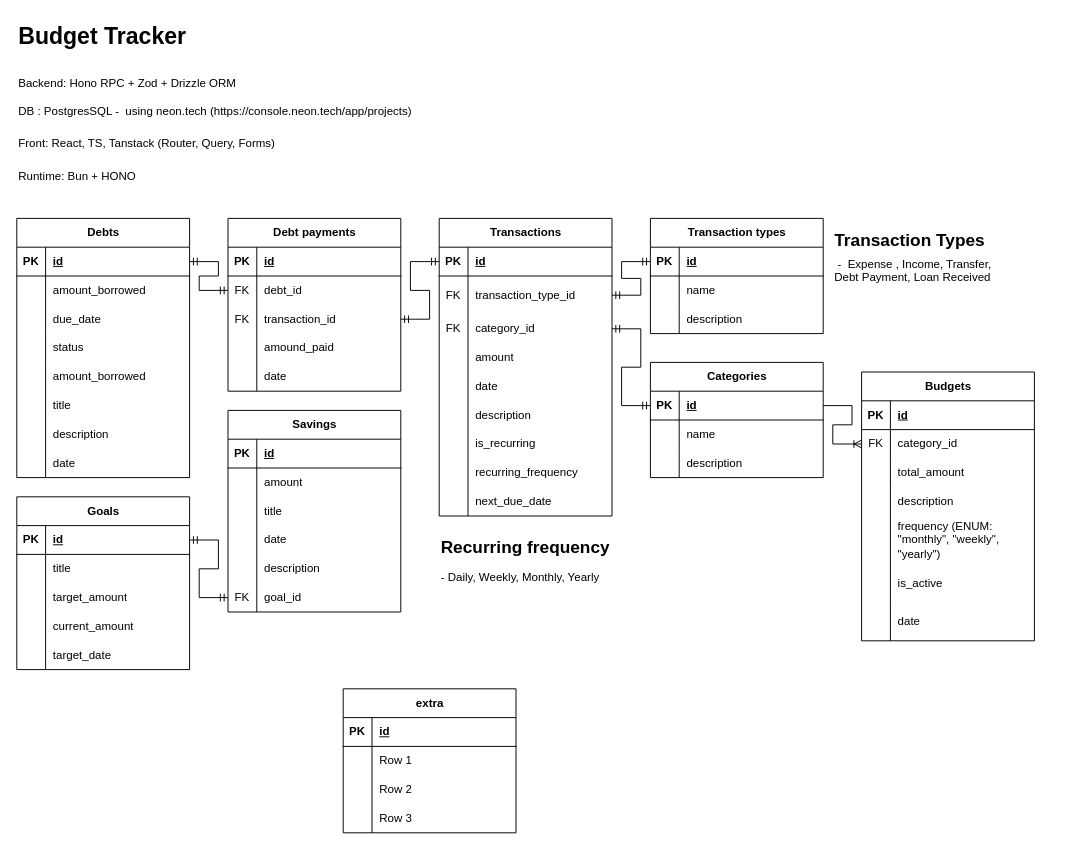
Above: _docs/ERD.drawio in quarterinchpwny/Fullstack-js (draw.io), before the change. Source tidied: cells renumbered, new cells numbered last; positions are measured from the earlier drawing's top-left corner, leaving out a move shared by most shapes. Both pictures are drawn from the tidied source at 96%, with x=0, y=0 at pixel (16, 16).
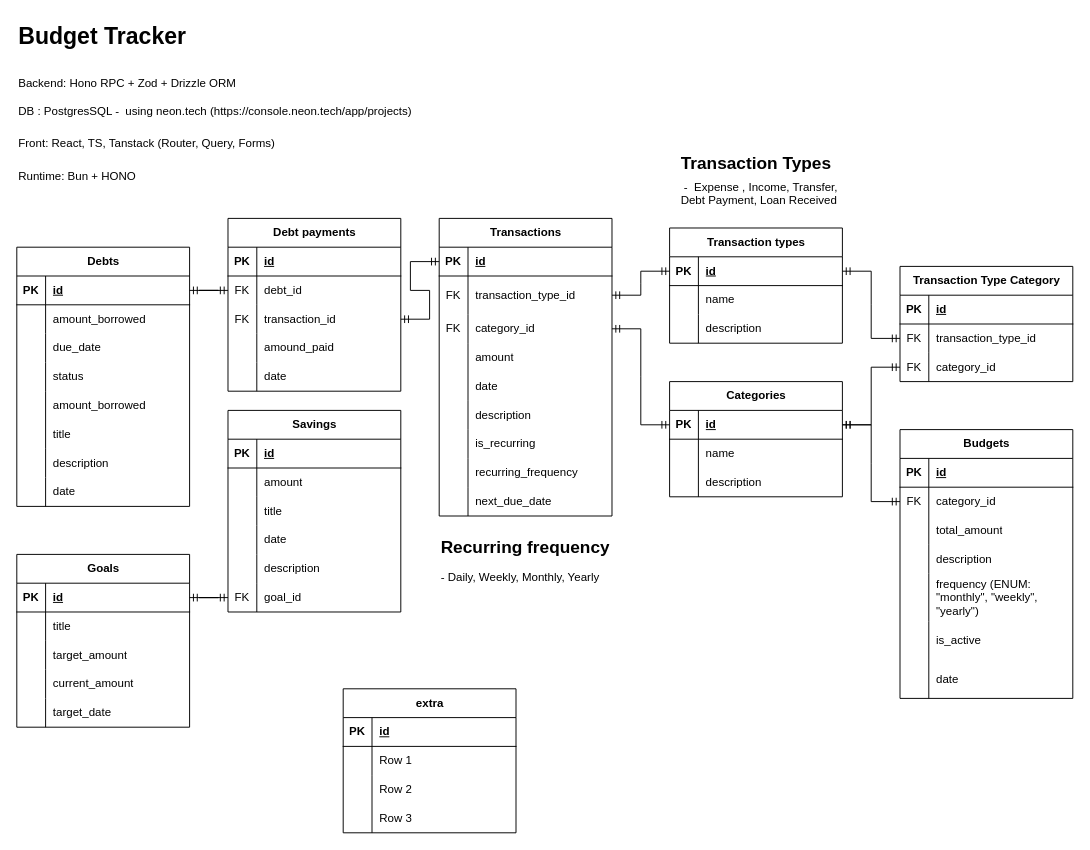
The same page after the edit.

Unchanged cells that the change refers to:
```xml
<mxCell id="34" style="shape=tableRow;horizontal=0;startSize=0;swimlaneHead=0;swimlaneBody=0;fillColor=none;points=[[0,0.5],[1,0.5]];portConstraint=eastwest;top=0;left=0;right=0;bottom=0;" parent="30" vertex="1">
  <mxGeometry y="60" width="180" height="30" as="geometry" />
</mxCell>
<mxCell id="66" style="shape=tableRow;horizontal=0;startSize=0;swimlaneHead=0;swimlaneBody=0;fillColor=none;points=[[0,0.5],[1,0.5]];portConstraint=eastwest;top=0;left=0;right=0;bottom=1;" parent="65" vertex="1">
  <mxGeometry y="30" width="180" height="30" as="geometry" />
</mxCell>
<mxCell id="136" style="shape=tableRow;horizontal=0;startSize=0;swimlaneHead=0;swimlaneBody=0;fillColor=none;points=[[0,0.5],[1,0.5]];portConstraint=eastwest;top=0;left=0;right=0;bottom=1;" parent="135" vertex="1">
  <mxGeometry y="30" width="180" height="30" as="geometry" />
</mxCell>
```

What changed in the source:
```diff
@@
     <mxCell id="30" value="Budgets" style="shape=table;startSize=30;childLayout=tableLayout;rowLines=0;fontStyle=1;align=center;html=1;" parent="1" vertex="1">
-      <mxGeometry x="880" y="370" width="180" height="280" as="geometry" />
+      <mxGeometry x="920" y="430" width="180" height="280" as="geometry" />
     </mxCell>
@@
     <mxCell id="65" value="Categories" style="shape=table;startSize=30;childLayout=tableLayout;rowLines=0;fontStyle=1;align=center;html=1;" parent="1" vertex="1">
-      <mxGeometry x="660" y="360" width="180" height="120" as="geometry" />
+      <mxGeometry x="680" y="380" width="180" height="120" as="geometry" />
     </mxCell>
@@
     <mxCell id="94" value="Goals" style="shape=table;startSize=30;childLayout=tableLayout;rowLines=0;fontStyle=1;align=center;html=1;" parent="1" vertex="1">
-      <mxGeometry y="500" width="180" height="180" as="geometry" />
+      <mxGeometry y="560" width="180" height="180" as="geometry" />
     </mxCell>
@@
     <mxCell id="110" value="Debts" style="shape=table;startSize=30;childLayout=tableLayout;rowLines=0;fontStyle=1;align=center;html=1;" parent="1" vertex="1">
-      <mxGeometry y="210" width="180" height="270" as="geometry" />
+      <mxGeometry y="240" width="180" height="270" as="geometry" />
     </mxCell>
@@
     <mxCell id="135" value="Transaction types" style="shape=table;startSize=30;childLayout=tableLayout;rowLines=0;fontStyle=1;align=center;html=1;" parent="1" vertex="1">
-      <mxGeometry x="660" y="210" width="180" height="120" as="geometry" />
+      <mxGeometry x="680" y="220" width="180" height="120" as="geometry" />
     </mxCell>
@@
-    <mxCell id="165" style="edgeStyle=entityRelationEdgeStyle;fontSize=12;html=1;endArrow=ERoneToMany;rounded=0;exitX=1;exitY=0.5;exitDx=0;exitDy=0;entryX=0;entryY=0.5;entryDx=0;entryDy=0;" parent="1" edge="1" source="66" target="34">
-      <mxGeometry relative="1" as="geometry" />
-    </mxCell>
     <mxCell id="166" value="&lt;h1 style=&quot;margin-top: 0px; margin-bottom: 0px;&quot;&gt;&lt;font style=&quot;font-size: 18px;&quot;&gt;Transaction Types&lt;/font&gt;&lt;/h1&gt;&lt;div style=&quot;margin-top: 5px;&quot;&gt;&lt;span style=&quot;background-color: transparent; color: light-dark(rgb(0, 0, 0), rgb(255, 255, 255));&quot;&gt;&amp;nbsp;-&amp;nbsp;&amp;nbsp;&lt;/span&gt;Expense , Income, Transfer, Debt Payment, Loan Received&lt;span style=&quot;background-color: transparent; color: light-dark(rgb(0, 0, 0), rgb(255, 255, 255));&quot;&gt;&amp;nbsp;&lt;/span&gt;&lt;/div&gt;" style="text;html=1;whiteSpace=wrap;overflow=hidden;rounded=0;" parent="1" vertex="1">
-      <mxGeometry x="850" y="210" width="180" height="120" as="geometry" />
+      <mxGeometry x="690" y="130" width="180" height="120" as="geometry" />
     </mxCell>
@@
+    <mxCell id="170" value="Transaction Type Category" style="shape=table;startSize=30;childLayout=tableLayout;rowLines=0;fontStyle=1;align=center;html=1;" parent="1" vertex="1">
+      <mxGeometry x="920" y="260" width="180" height="120" as="geometry" />
+    </mxCell>
+    <mxCell id="171" style="shape=tableRow;horizontal=0;startSize=0;swimlaneHead=0;swimlaneBody=0;fillColor=none;top=0;left=0;right=0;bottom=1;" parent="170" vertex="1">
+      <mxGeometry y="30" width="180" height="30" as="geometry" />
+    </mxCell>
+    <mxCell id="172" value="PK" style="shape=partialRectangle;fillColor=none;top=0;left=0;bottom=0;right=0;fontStyle=1;overflow=hidden;whiteSpace=wrap;html=1;" parent="171" vertex="1">
+      <mxGeometry width="30" height="30" as="geometry" />
+    </mxCell>
+    <mxCell id="173" value="id" style="shape=partialRectangle;fillColor=none;top=0;left=0;bottom=0;right=0;align=left;spacingLeft=6;fontStyle=5;overflow=hidden;whiteSpace=wrap;html=1;" parent="171" vertex="1">
+      <mxGeometry x="30" width="150" height="30" as="geometry" />
+    </mxCell>
+    <mxCell id="174" style="shape=tableRow;horizontal=0;startSize=0;swimlaneHead=0;swimlaneBody=0;fillColor=none;points=[[0,0.5],[1,0.5]];portConstraint=eastwest;top=0;left=0;right=0;bottom=0;" parent="170" vertex="1">
+      <mxGeometry y="60" width="180" height="30" as="geometry" />
+    </mxCell>
+    <mxCell id="175" value="FK" style="shape=partialRectangle;fillColor=none;top=0;left=0;bottom=0;right=0;overflow=hidden;whiteSpace=wrap;html=1;" parent="174" vertex="1">
+      <mxGeometry width="30" height="30" as="geometry" />
+    </mxCell>
+    <mxCell id="176" value="&lt;span style=&quot;color: rgb(0, 0, 0);&quot;&gt;transaction_type_id&lt;/span&gt;" style="shape=partialRectangle;fillColor=none;top=0;left=0;bottom=0;right=0;align=left;spacingLeft=6;overflow=hidden;whiteSpace=wrap;html=1;" parent="174" vertex="1">
+      <mxGeometry x="30" width="150" height="30" as="geometry" />
+    </mxCell>
+    <mxCell id="177" style="shape=tableRow;horizontal=0;startSize=0;swimlaneHead=0;swimlaneBody=0;fillColor=none;points=[[0,0.5],[1,0.5]];portConstraint=eastwest;top=0;left=0;right=0;bottom=0;" parent="170" vertex="1">
+      <mxGeometry y="90" width="180" height="30" as="geometry" />
+    </mxCell>
+    <mxCell id="178" value="FK" style="shape=partialRectangle;fillColor=none;top=0;left=0;bottom=0;right=0;overflow=hidden;whiteSpace=wrap;html=1;" parent="177" vertex="1">
+      <mxGeometry width="30" height="30" as="geometry" />
+    </mxCell>
+    <mxCell id="179" value="category_id" style="shape=partialRectangle;fillColor=none;top=0;left=0;bottom=0;right=0;align=left;spacingLeft=6;overflow=hidden;whiteSpace=wrap;html=1;" parent="177" vertex="1">
+      <mxGeometry x="30" width="150" height="30" as="geometry" />
+    </mxCell>
+    <mxCell id="180" style="edgeStyle=entityRelationEdgeStyle;fontSize=12;html=1;endArrow=ERmandOne;startArrow=ERmandOne;rounded=0;exitX=1;exitY=0.5;exitDx=0;exitDy=0;entryX=0;entryY=0.5;entryDx=0;entryDy=0;" parent="1" edge="1" source="66" target="177">
+      <mxGeometry relative="1" as="geometry" />
+    </mxCell>
+    <mxCell id="181" style="edgeStyle=entityRelationEdgeStyle;fontSize=12;html=1;endArrow=ERmandOne;startArrow=ERmandOne;rounded=0;exitX=1;exitY=0.5;exitDx=0;exitDy=0;entryX=0;entryY=0.5;entryDx=0;entryDy=0;" parent="1" edge="1" source="136" target="174">
+      <mxGeometry relative="1" as="geometry" />
+    </mxCell>
+    <mxCell id="165" style="edgeStyle=entityRelationEdgeStyle;fontSize=12;html=1;endArrow=ERmandOne;startArrow=ERmandOne;rounded=0;entryX=0;entryY=0.5;entryDx=0;entryDy=0;exitX=1;exitY=0.5;exitDx=0;exitDy=0;" parent="1" edge="1" source="66" target="34">
+      <mxGeometry relative="1" as="geometry" />
+    </mxCell>
```
